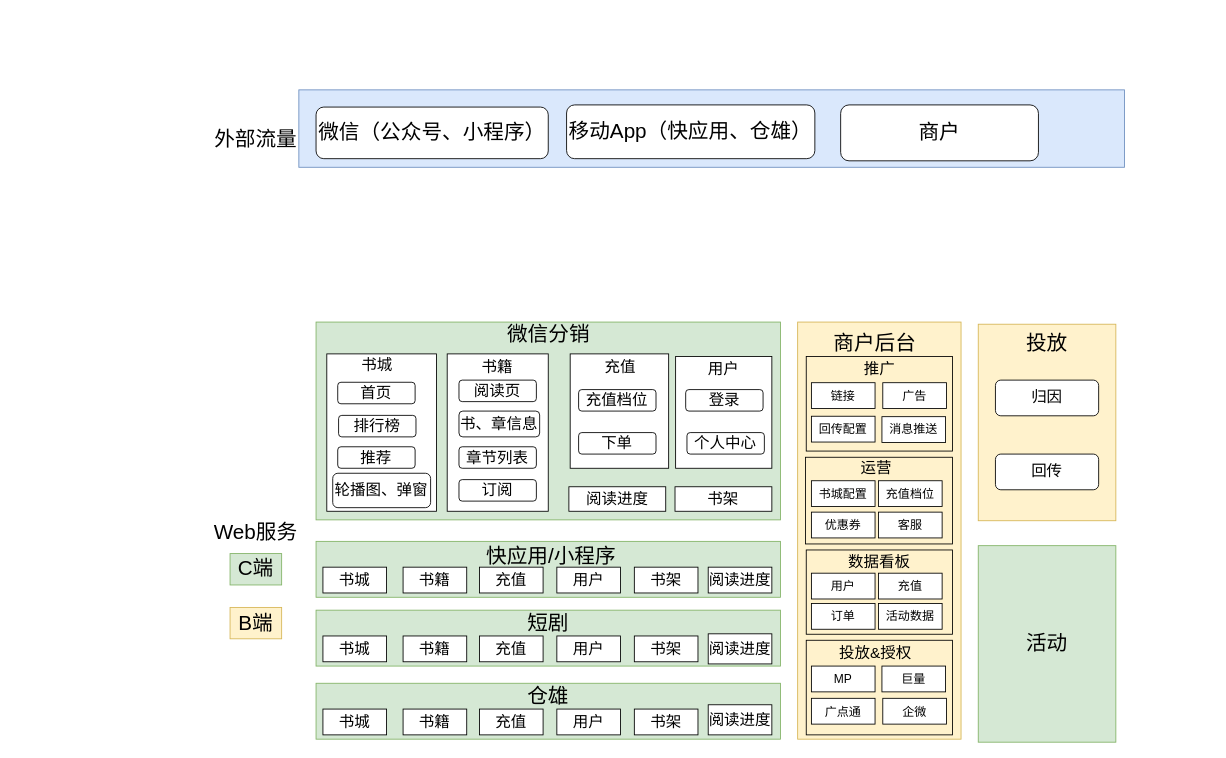
Earlier version of the draw.io diagram page "原架构+人" (3 of 4) of 开平服务化规划(原始版本) 的副本.drawio (qinzw/HelloWorld). Source tidied: cells renumbered, new cells numbered last; positions are measured from the earlier drawing's top-left corner, leaving out a move shared by most shapes. Both pictures are drawn from the tidied source at 86%, with x=0, y=0 at pixel (212, 89).
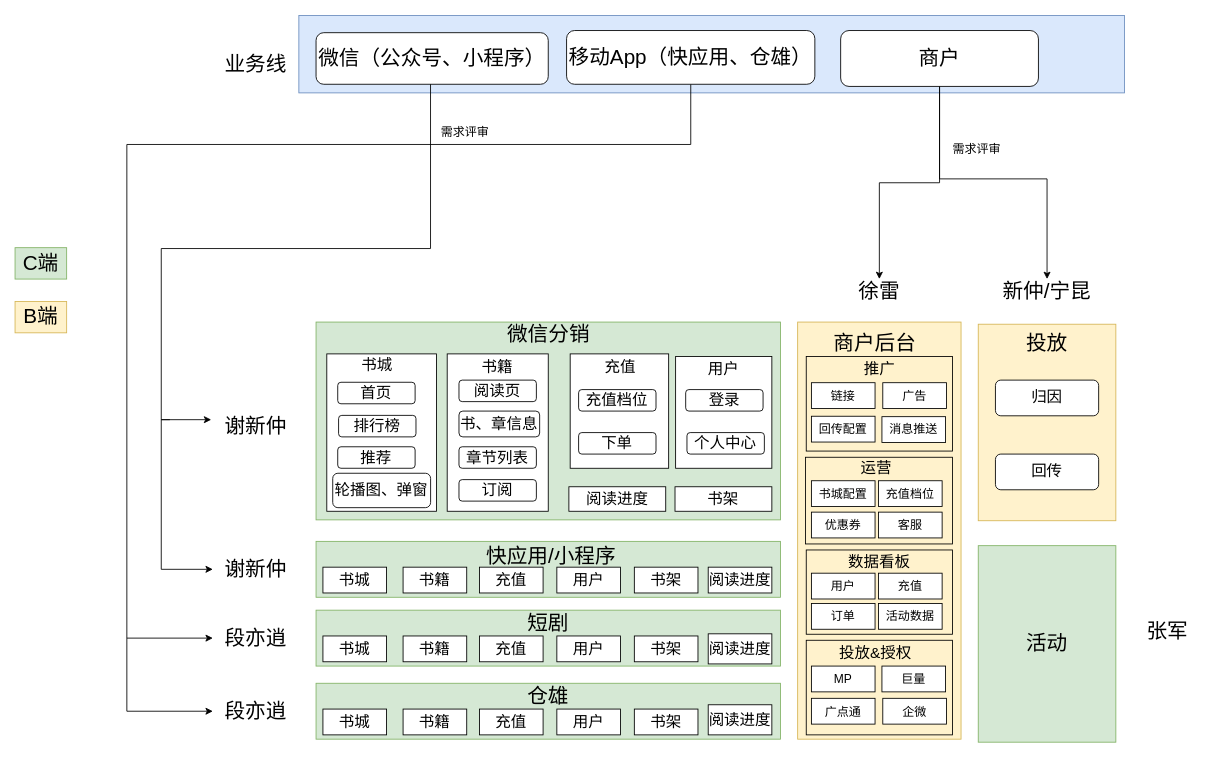
The same diagram, later.

Change to the diagram source:
```diff
@@
     <mxCell id="2" style="rounded=0;whiteSpace=wrap;html=1;fillColor=#dae8fc;strokeColor=#6c8ebf;" parent="1" vertex="1">
-      <mxGeometry x="100" width="960" height="90" as="geometry" />
+      <mxGeometry x="100" y="-86.5" width="960" height="90" as="geometry" />
     </mxCell>
     <mxCell id="3" value="&lt;font style=&quot;font-size: 24px;&quot;&gt;微信（公众号、小程序）&lt;/font&gt;" style="rounded=1;whiteSpace=wrap;html=1;" parent="1" vertex="1">
-      <mxGeometry x="120" y="20" width="270" height="60" as="geometry" />
+      <mxGeometry x="120" y="-66.5" width="270" height="60" as="geometry" />
     </mxCell>
+    <mxCell id="89" style="edgeStyle=orthogonalEdgeStyle;rounded=0;jettySize=auto;html=1;entryX=0;entryY=0.5;entryDx=0;entryDy=0;fontSize=12;" parent="1" edge="1" source="4" target="97">
+      <mxGeometry relative="1" as="geometry">
+        <Array as="points">
+          <mxPoint x="556" y="63.5" />
+          <mxPoint x="-100" y="63.5" />
+          <mxPoint x="-100" y="637.5" />
+        </Array>
+      </mxGeometry>
+    </mxCell>
     <mxCell id="4" value="&lt;font style=&quot;font-size: 24px;&quot;&gt;移动App（快应用、仓雄）&lt;/font&gt;" style="rounded=1;whiteSpace=wrap;html=1;" parent="1" vertex="1">
-      <mxGeometry x="411.3" y="17.5" width="288.7" height="62.5" as="geometry" />
+      <mxGeometry x="411.3" y="-69" width="288.7" height="62.5" as="geometry" />
     </mxCell>
-    <mxCell id="5" value="&lt;font style=&quot;font-size: 24px;&quot;&gt;外部流量&lt;/font&gt;" style="text;html=1;strokeColor=none;fillColor=none;align=center;verticalAlign=middle;whiteSpace=wrap;rounded=0;" parent="1" vertex="1">
-      <mxGeometry y="32.5" width="100" height="50" as="geometry" />
+    <mxCell id="5" value="&lt;span style=&quot;font-size: 24px;&quot;&gt;业务线&lt;/span&gt;" style="text;html=1;strokeColor=none;fillColor=none;align=center;verticalAlign=middle;whiteSpace=wrap;rounded=0;" parent="1" vertex="1">
+      <mxGeometry y="-54" width="100" height="50" as="geometry" />
     </mxCell>
+    <mxCell id="90" style="edgeStyle=orthogonalEdgeStyle;rounded=0;jettySize=auto;html=1;fontSize=12;" parent="1" edge="1" target="95">
+      <mxGeometry relative="1" as="geometry">
+        <mxPoint x="-50" y="383.5" as="sourcePoint" />
+        <Array as="points">
+          <mxPoint x="-60" y="383.5" />
+          <mxPoint x="-60" y="557.5" />
+        </Array>
+      </mxGeometry>
+    </mxCell>
-    <mxCell id="6" value="&lt;font style=&quot;font-size: 24px;&quot;&gt;Web服务&lt;/font&gt;" style="text;html=1;strokeColor=none;fillColor=none;align=center;verticalAlign=middle;whiteSpace=wrap;rounded=0;" parent="1" vertex="1">
-      <mxGeometry y="500" width="100" height="30" as="geometry" />
+    <mxCell id="6" value="&lt;font style=&quot;font-size: 24px;&quot;&gt;谢新仲&lt;/font&gt;" style="text;html=1;strokeColor=none;fillColor=none;align=center;verticalAlign=middle;whiteSpace=wrap;rounded=0;" parent="1" vertex="1">
+      <mxGeometry y="376" width="100" height="30" as="geometry" />
     </mxCell>
@@
+    <mxCell id="91" style="edgeStyle=orthogonalEdgeStyle;rounded=0;jettySize=auto;html=1;exitX=0.5;exitY=1;exitDx=0;exitDy=0;fontSize=12;" parent="1" edge="1" source="60" target="92">
+      <mxGeometry relative="1" as="geometry" />
+    </mxCell>
     <mxCell id="60" value="&lt;font style=&quot;font-size: 24px;&quot;&gt;商户&lt;/font&gt;" style="rounded=1;whiteSpace=wrap;html=1;" parent="1" vertex="1">
-      <mxGeometry x="730" y="17.5" width="230" height="65" as="geometry" />
+      <mxGeometry x="730" y="-69" width="230" height="65" as="geometry" />
     </mxCell>
     <mxCell id="61" value="C端" style="rounded=0;whiteSpace=wrap;html=1;fontSize=24;fillColor=#d5e8d4;strokeColor=#82b366;" parent="1" vertex="1">
-      <mxGeometry x="20" y="539.2" width="60" height="36.5" as="geometry" />
+      <mxGeometry x="-230" y="183.5" width="60" height="36.5" as="geometry" />
     </mxCell>
     <mxCell id="62" value="B端" style="rounded=0;whiteSpace=wrap;html=1;fontSize=24;fillColor=#fff2cc;strokeColor=#d6b656;" parent="1" vertex="1">
-      <mxGeometry x="20" y="601.8" width="60" height="36.5" as="geometry" />
+      <mxGeometry x="-230" y="246" width="60" height="36.5" as="geometry" />
     </mxCell>
@@
+    <mxCell id="92" value="&lt;span style=&quot;font-size: 24px;&quot;&gt;徐雷&lt;/span&gt;" style="text;html=1;strokeColor=none;fillColor=none;align=center;verticalAlign=middle;whiteSpace=wrap;rounded=0;" parent="1" vertex="1">
+      <mxGeometry x="725" y="220" width="100" height="30" as="geometry" />
+    </mxCell>
+    <mxCell id="93" value="&lt;font style=&quot;font-size: 24px;&quot;&gt;新仲/宁昆&lt;/font&gt;" style="text;html=1;strokeColor=none;fillColor=none;align=center;verticalAlign=middle;whiteSpace=wrap;rounded=0;" parent="1" vertex="1">
+      <mxGeometry x="910" y="220" width="120" height="30" as="geometry" />
+    </mxCell>
+    <mxCell id="94" value="&lt;font style=&quot;font-size: 24px;&quot;&gt;张军&lt;/font&gt;" style="text;html=1;strokeColor=none;fillColor=none;align=center;verticalAlign=middle;whiteSpace=wrap;rounded=0;" parent="1" vertex="1">
+      <mxGeometry x="1060" y="615" width="100" height="30" as="geometry" />
+    </mxCell>
+    <mxCell id="95" value="&lt;span style=&quot;font-size: 24px;&quot;&gt;谢新仲&lt;/span&gt;" style="text;html=1;strokeColor=none;fillColor=none;align=center;verticalAlign=middle;whiteSpace=wrap;rounded=0;" parent="1" vertex="1">
+      <mxGeometry y="542.5" width="100" height="30" as="geometry" />
+    </mxCell>
+    <mxCell id="96" style="edgeStyle=orthogonalEdgeStyle;rounded=0;jettySize=auto;html=1;fontSize=12;" parent="1" edge="1" target="98">
+      <mxGeometry relative="1" as="geometry">
+        <mxPoint x="-100" y="637.5" as="sourcePoint" />
+        <Array as="points">
+          <mxPoint x="-100" y="722.5" />
+        </Array>
+      </mxGeometry>
+    </mxCell>
+    <mxCell id="97" value="&lt;span style=&quot;font-size: 24px;&quot;&gt;段亦逍&lt;/span&gt;" style="text;html=1;strokeColor=none;fillColor=none;align=center;verticalAlign=middle;whiteSpace=wrap;rounded=0;" parent="1" vertex="1">
+      <mxGeometry y="622.5" width="100" height="30" as="geometry" />
+    </mxCell>
+    <mxCell id="98" value="&lt;span style=&quot;font-size: 24px;&quot;&gt;段亦逍&lt;/span&gt;" style="text;html=1;strokeColor=none;fillColor=none;align=center;verticalAlign=middle;whiteSpace=wrap;rounded=0;" parent="1" vertex="1">
+      <mxGeometry y="707.5" width="100" height="30" as="geometry" />
+    </mxCell>
+    <mxCell id="99" style="edgeStyle=orthogonalEdgeStyle;rounded=0;orthogonalLoop=1;jettySize=auto;html=1;exitX=0.5;exitY=1;exitDx=0;exitDy=0;fontSize=12;entryX=0;entryY=0.25;entryDx=0;entryDy=0;" parent="1" edge="1">
+      <mxGeometry relative="1" as="geometry">
+        <mxPoint x="253.1" y="-6.5" as="sourcePoint" />
+        <mxPoint x="-1.9" y="383.5" as="targetPoint" />
+        <Array as="points">
+          <mxPoint x="253" y="184.5" />
+          <mxPoint x="-60" y="184.5" />
+          <mxPoint x="-60" y="383.5" />
+        </Array>
+      </mxGeometry>
+    </mxCell>
+    <mxCell id="100" style="edgeStyle=orthogonalEdgeStyle;rounded=0;jettySize=auto;html=1;exitX=0.5;exitY=1;exitDx=0;exitDy=0;fontSize=12;entryX=0.5;entryY=0;entryDx=0;entryDy=0;" parent="1" edge="1" source="60" target="93">
+      <mxGeometry relative="1" as="geometry">
+        <Array as="points">
+          <mxPoint x="845" y="103.5" />
+          <mxPoint x="970" y="103.5" />
+        </Array>
+      </mxGeometry>
+    </mxCell>
+    <mxCell id="101" value="&lt;font style=&quot;font-size: 14px;&quot;&gt;需求评审&lt;/font&gt;" style="text;html=1;align=center;verticalAlign=middle;strokeColor=none;fillColor=none;fontSize=12;" parent="1" vertex="1">
+      <mxGeometry x="848" y="53.5" width="80" height="30" as="geometry" />
+    </mxCell>
+    <mxCell id="102" value="&lt;font style=&quot;font-size: 14px;&quot;&gt;需求评审&lt;/font&gt;" style="text;html=1;align=center;verticalAlign=middle;strokeColor=none;fillColor=none;fontSize=12;" parent="1" vertex="1">
+      <mxGeometry x="253.1" y="33.5" width="80" height="30" as="geometry" />
+    </mxCell>
```
